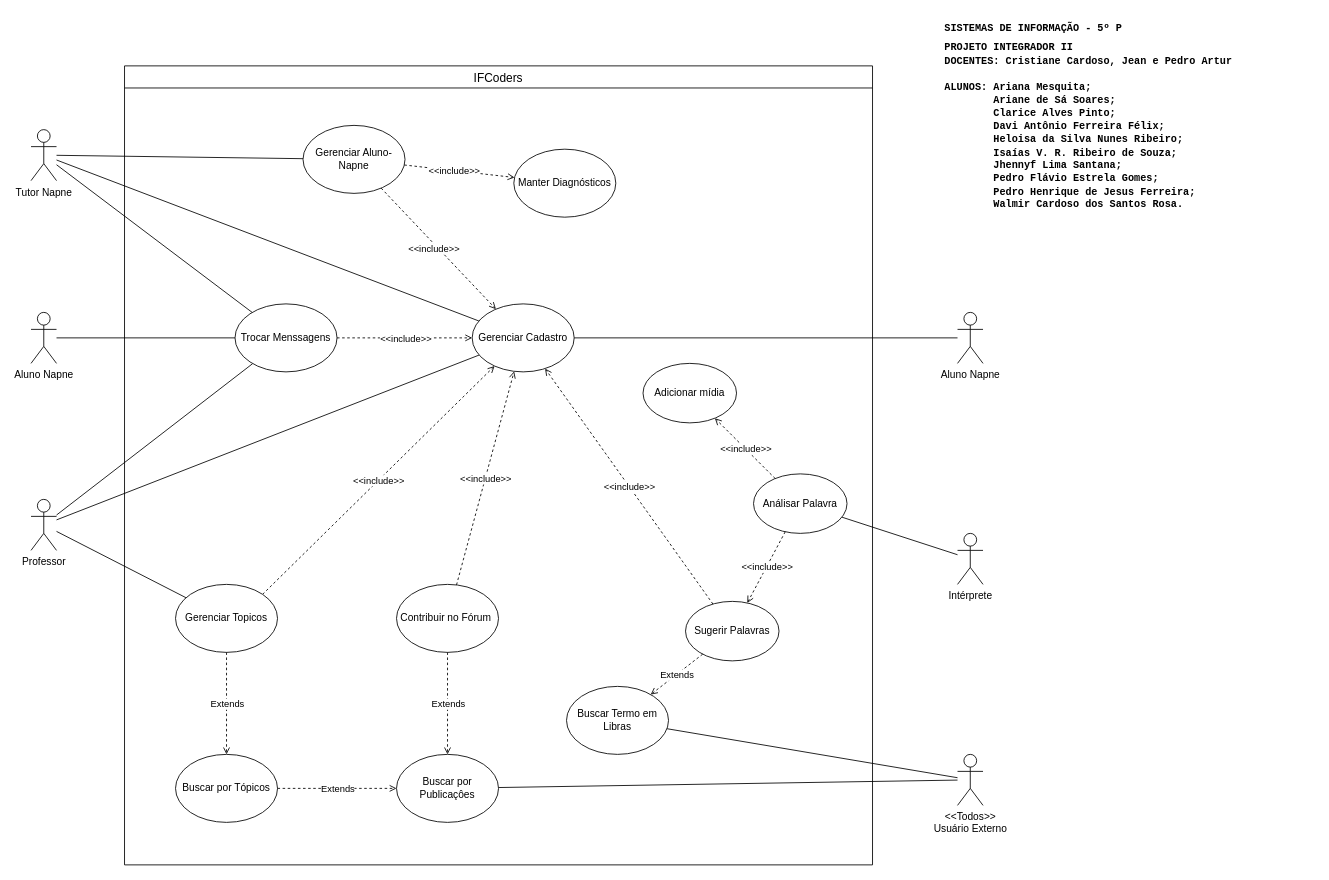
The draw.io diagram Casos_Uso.drawio in arianamesquita/IFCoders, before the edit. Source tidied: cells renumbered, new cells numbered last; positions are measured from the earlier drawing's top-left corner, leaving out a move shared by most shapes. Both pictures are drawn from the tidied source at 85%, with x=0, y=0 at pixel (31, 23).
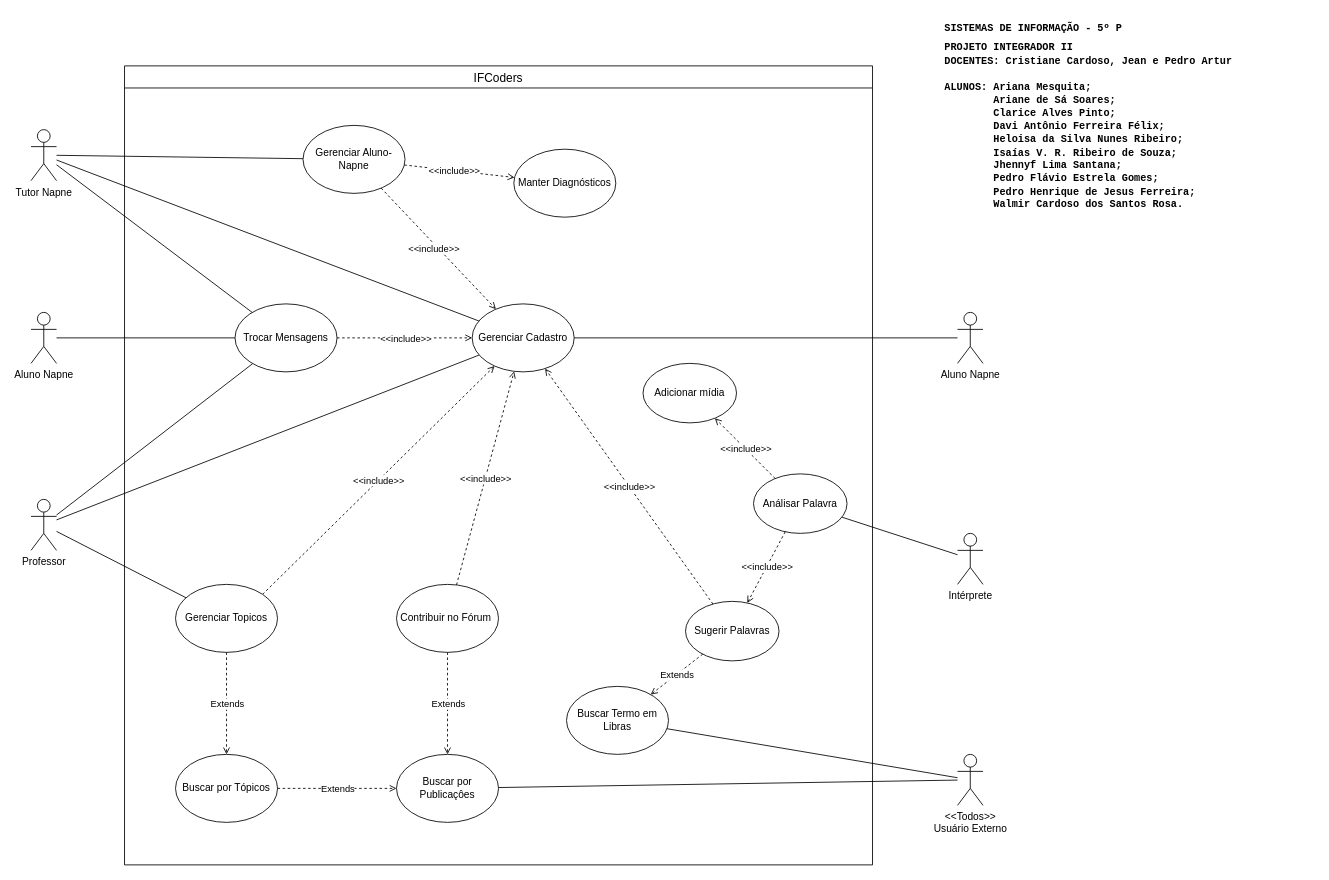
The same page after the edit.

Diff of the diagram source:
```diff
@@
-    <mxCell id="22" value="Trocar Menssagens" style="ellipse;whiteSpace=wrap;html=1;" parent="1" vertex="1">
+    <mxCell id="22" value="Trocar Mensagens" style="ellipse;whiteSpace=wrap;html=1;" parent="1" vertex="1">
       <mxGeometry x="240" y="330" width="120" height="80" as="geometry" />
     </mxCell>
```
